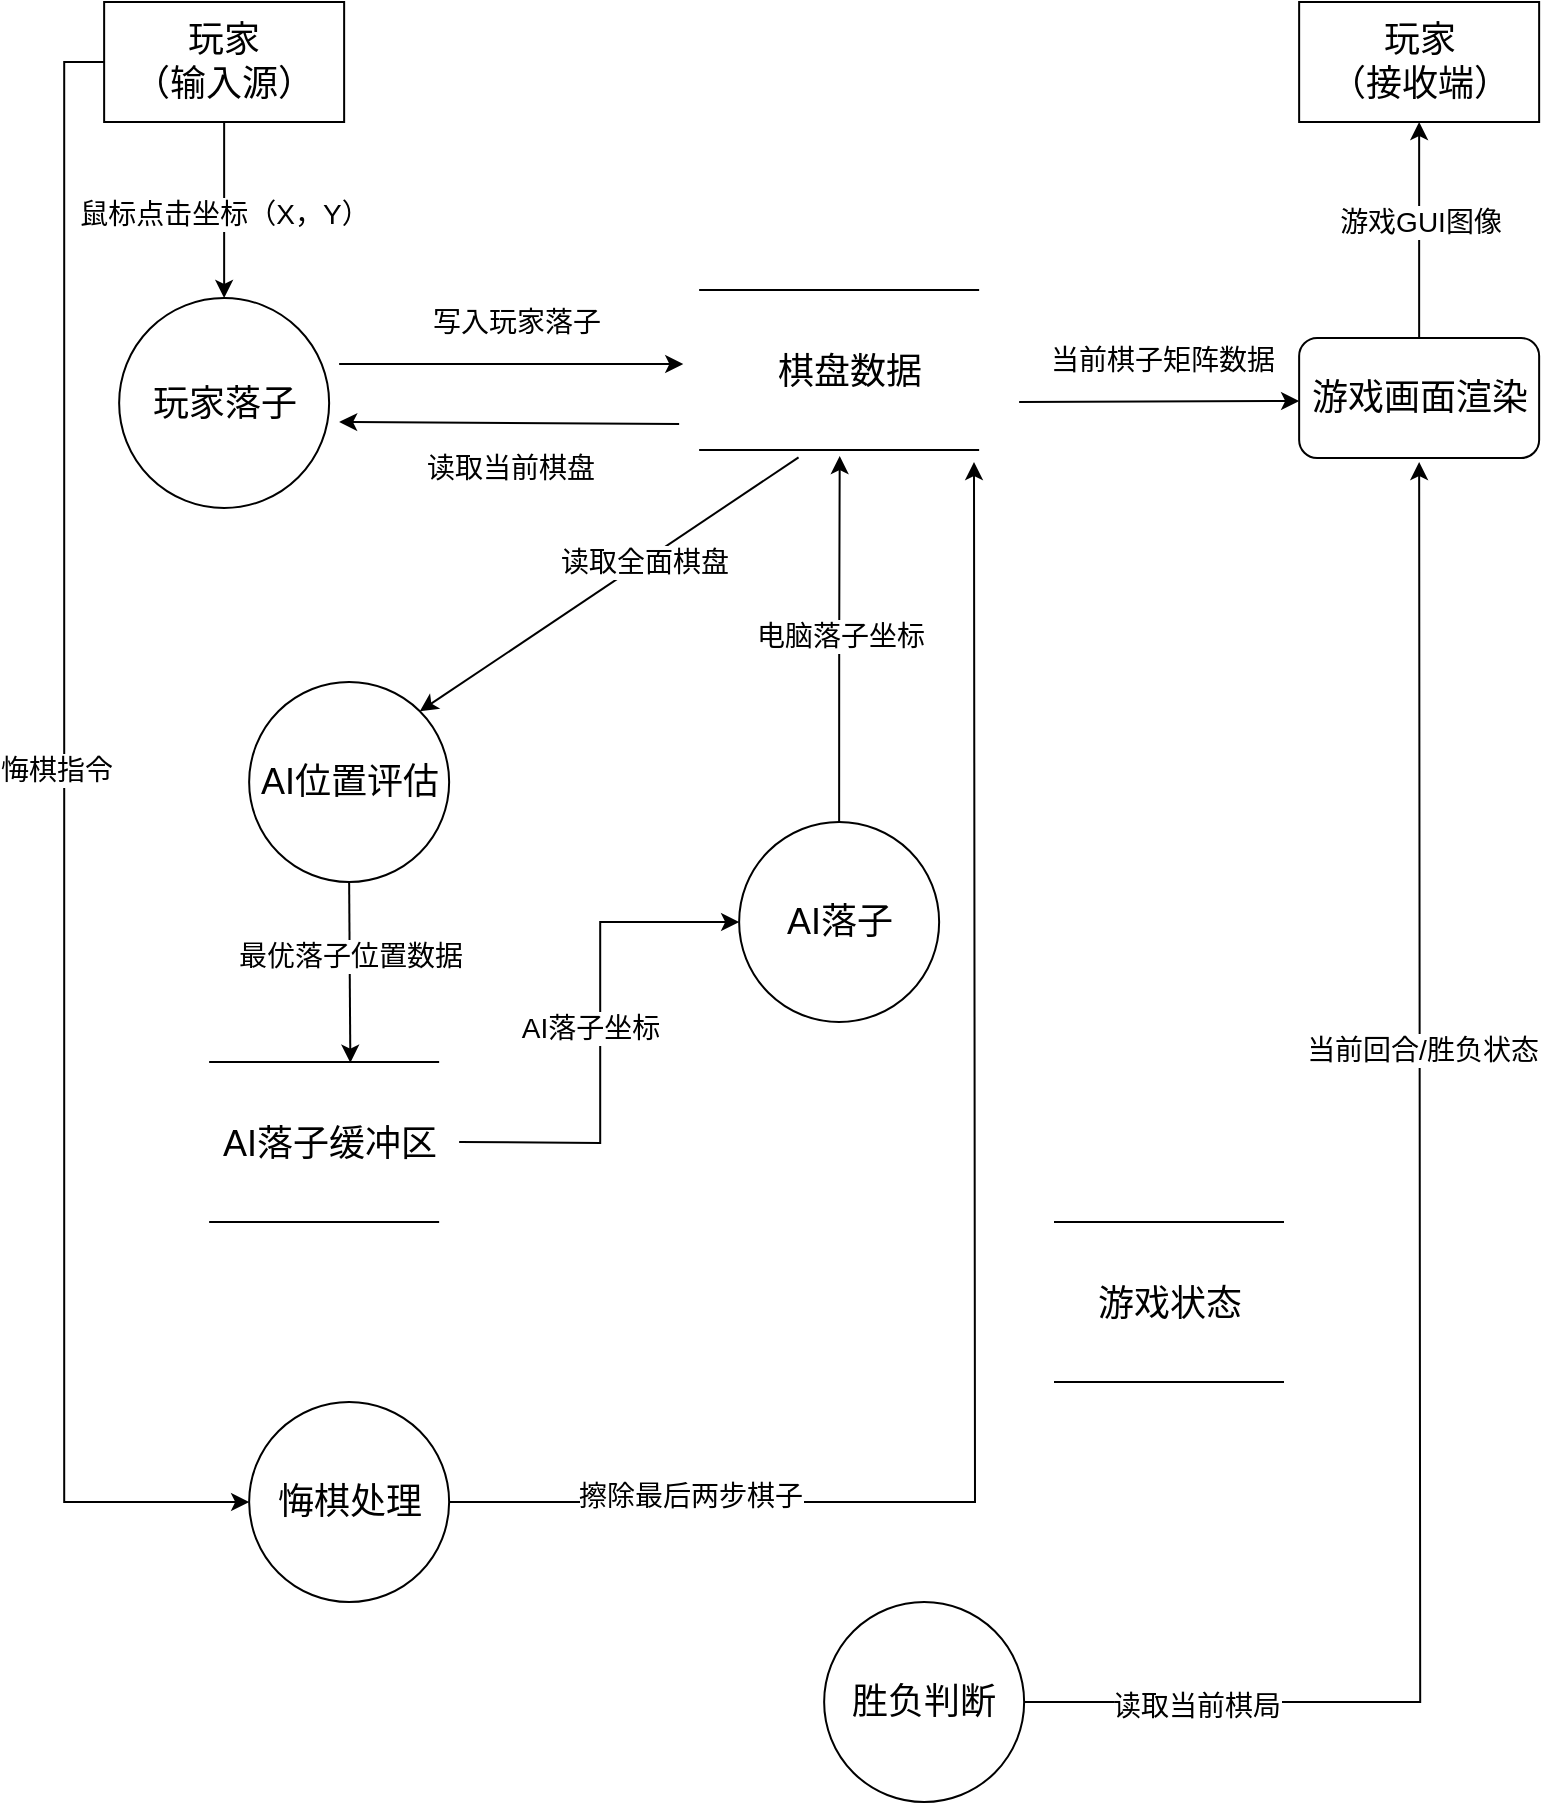
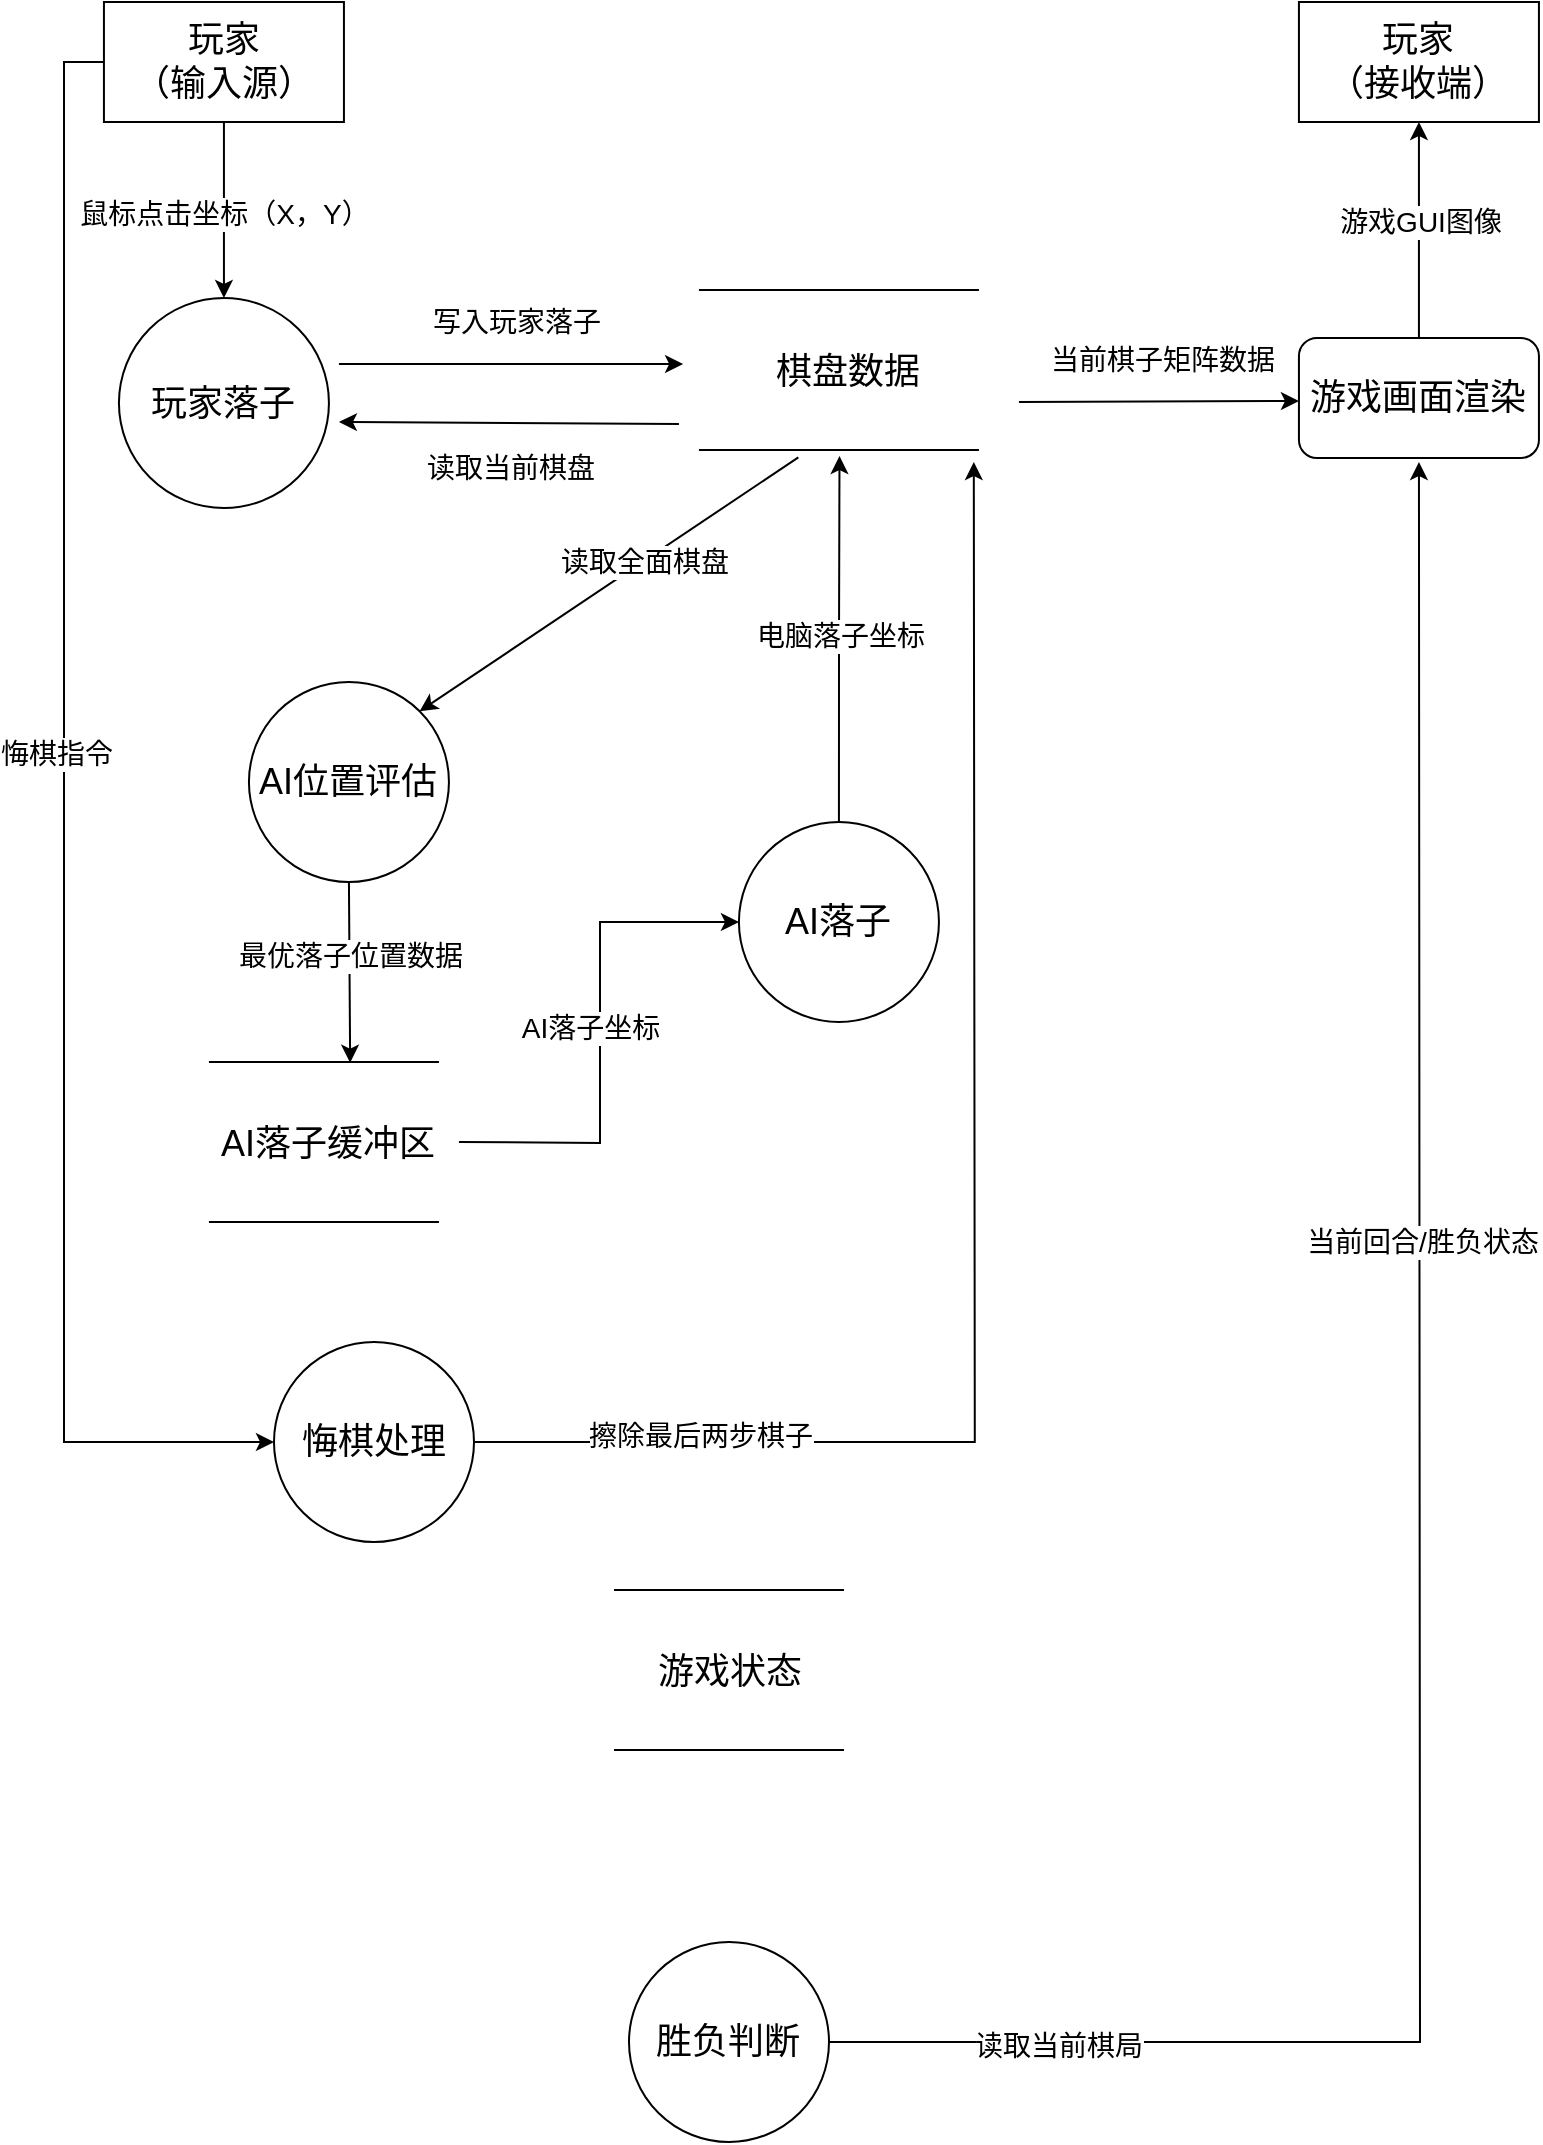
<mxfile host="app.diagrams.net">
  <diagram name="Page-1" id="hryGj0KzSXnJhMcqTr9-">
    <mxGraphModel dx="1201" dy="825" grid="1" gridSize="10" guides="1" tooltips="1" connect="1" arrows="1" fold="1" page="1" pageScale="1" pageWidth="827" pageHeight="1169" math="0" shadow="0">
      <root>
        <mxCell id="0" />
        <mxCell id="1" parent="0" />
        <mxCell id="fDHwApNMCYBN-XmplwMt-11" edge="1" parent="1" source="fDHwApNMCYBN-XmplwMt-3" style="edgeStyle=orthogonalEdgeStyle;rounded=0;orthogonalLoop=1;jettySize=auto;html=1;exitX=0.5;exitY=1;exitDx=0;exitDy=0;entryX=0.5;entryY=0;entryDx=0;entryDy=0;" target="SoA14i47H3jGXmkj97EN-22">
          <mxGeometry relative="1" as="geometry">
-             <mxPoint x="92.57" y="320" as="targetPoint" />
+             <mxPoint x="92.47" y="250" as="targetPoint" />
          </mxGeometry>
        </mxCell>
        <mxCell id="fDHwApNMCYBN-XmplwMt-12" connectable="0" parent="fDHwApNMCYBN-XmplwMt-11" style="edgeLabel;html=1;align=center;verticalAlign=middle;resizable=0;points=[];" value="&lt;font style=&quot;font-size: 14px;&quot;&gt;鼠标点击坐标（X，Y）&lt;/font&gt;" vertex="1">
          <mxGeometry relative="1" x="0.0364" as="geometry">
            <mxPoint as="offset" />
          </mxGeometry>
        </mxCell>
        <mxCell id="SoA14i47H3jGXmkj97EN-53" edge="1" parent="1" source="fDHwApNMCYBN-XmplwMt-3" style="edgeStyle=orthogonalEdgeStyle;rounded=0;orthogonalLoop=1;jettySize=auto;html=1;exitX=0;exitY=0.5;exitDx=0;exitDy=0;entryX=0;entryY=0.5;entryDx=0;entryDy=0;" target="SoA14i47H3jGXmkj97EN-41">
          <mxGeometry relative="1" as="geometry" />
        </mxCell>
        <mxCell id="SoA14i47H3jGXmkj97EN-54" connectable="0" parent="SoA14i47H3jGXmkj97EN-53" style="edgeLabel;html=1;align=center;verticalAlign=middle;resizable=0;points=[];" value="&lt;font style=&quot;font-size: 14px;&quot;&gt;悔棋指令&lt;/font&gt;" vertex="1">
          <mxGeometry relative="1" x="-0.1018" y="-4" as="geometry">
            <mxPoint as="offset" />
          </mxGeometry>
        </mxCell>
        <mxCell id="fDHwApNMCYBN-XmplwMt-3" parent="1" style="rounded=0;whiteSpace=wrap;html=1;" value="&lt;font style=&quot;font-size: 18px;&quot;&gt;玩家&lt;/font&gt;&lt;div&gt;&lt;font style=&quot;font-size: 18px;&quot;&gt;（输入源）&lt;/font&gt;&lt;/div&gt;" vertex="1">
-           <mxGeometry height="60" width="120" x="65.07" y="150" as="geometry" />
+           <mxGeometry height="60" width="120" x="64.97" y="80" as="geometry" />
        </mxCell>
        <mxCell id="SoA14i47H3jGXmkj97EN-37" edge="1" parent="1" source="fDHwApNMCYBN-XmplwMt-9" style="edgeStyle=orthogonalEdgeStyle;rounded=0;orthogonalLoop=1;jettySize=auto;html=1;exitX=0.5;exitY=0;exitDx=0;exitDy=0;entryX=0.5;entryY=1;entryDx=0;entryDy=0;" target="fDHwApNMCYBN-XmplwMt-10">
          <mxGeometry relative="1" as="geometry" />
        </mxCell>
        <mxCell id="SoA14i47H3jGXmkj97EN-38" connectable="0" parent="SoA14i47H3jGXmkj97EN-37" style="edgeLabel;html=1;align=center;verticalAlign=middle;resizable=0;points=[];" value="&lt;font style=&quot;font-size: 14px;&quot;&gt;游戏GUI图像&lt;/font&gt;" vertex="1">
          <mxGeometry relative="1" x="0.0741" as="geometry">
            <mxPoint as="offset" />
          </mxGeometry>
        </mxCell>
        <mxCell id="fDHwApNMCYBN-XmplwMt-9" parent="1" style="rounded=1;whiteSpace=wrap;html=1;" value="&lt;font style=&quot;font-size: 18px;&quot;&gt;游戏画面渲染&lt;/font&gt;" vertex="1">
-           <mxGeometry height="60" width="120" x="662.57" y="318" as="geometry" />
+           <mxGeometry height="60" width="120" x="662.47" y="248" as="geometry" />
        </mxCell>
        <mxCell id="fDHwApNMCYBN-XmplwMt-10" parent="1" style="rounded=0;whiteSpace=wrap;html=1;" value="&lt;span style=&quot;font-size: 18px;&quot;&gt;玩家&lt;/span&gt;&lt;div&gt;&lt;span style=&quot;font-size: 18px;&quot;&gt;（接收端）&lt;/span&gt;&lt;/div&gt;" vertex="1">
-           <mxGeometry height="60" width="120" x="662.57" y="150" as="geometry" />
+           <mxGeometry height="60" width="120" x="662.47" y="80" as="geometry" />
        </mxCell>
        <mxCell id="SoA14i47H3jGXmkj97EN-10" edge="1" parent="1" style="endArrow=classic;html=1;rounded=0;entryX=0.013;entryY=0.14;entryDx=0;entryDy=0;entryPerimeter=0;" value="">
          <mxGeometry height="50" relative="1" width="50" as="geometry">
-             <mxPoint x="182.57" y="331" as="sourcePoint" />
-             <mxPoint x="354.637" y="331" as="targetPoint" />
+             <mxPoint x="182.47" y="261" as="sourcePoint" />
+             <mxPoint x="354.537" y="261" as="targetPoint" />
          </mxGeometry>
        </mxCell>
        <mxCell id="SoA14i47H3jGXmkj97EN-11" connectable="0" parent="SoA14i47H3jGXmkj97EN-10" style="edgeLabel;html=1;align=center;verticalAlign=middle;resizable=0;points=[];" value="&lt;font style=&quot;font-size: 14px;&quot;&gt;写入玩家落子&lt;/font&gt;" vertex="1">
          <mxGeometry relative="1" x="0.0202" y="1" as="geometry">
            <mxPoint y="-20" as="offset" />
          </mxGeometry>
        </mxCell>
        <mxCell id="SoA14i47H3jGXmkj97EN-12" edge="1" parent="1" style="endArrow=classic;html=1;rounded=0;exitX=0.925;exitY=0;exitDx=0;exitDy=0;exitPerimeter=0;" value="">
          <mxGeometry height="50" relative="1" width="50" as="geometry">
-             <mxPoint x="352.57" y="361" as="sourcePoint" />
-             <mxPoint x="182.57" y="360" as="targetPoint" />
+             <mxPoint x="352.46999999999997" y="291" as="sourcePoint" />
+             <mxPoint x="182.47" y="290" as="targetPoint" />
          </mxGeometry>
        </mxCell>
        <mxCell id="SoA14i47H3jGXmkj97EN-13" connectable="0" parent="SoA14i47H3jGXmkj97EN-12" style="edgeLabel;html=1;align=center;verticalAlign=middle;resizable=0;points=[];" value="&lt;font style=&quot;font-size: 14px;&quot;&gt;读取当前棋盘&lt;/font&gt;&lt;div&gt;&lt;font style=&quot;font-size: 14px;&quot;&gt;&lt;br&gt;&lt;/font&gt;&lt;/div&gt;" vertex="1">
          <mxGeometry relative="1" x="0.0202" y="1" as="geometry">
            <mxPoint x="2" y="29" as="offset" />
          </mxGeometry>
        </mxCell>
        <mxCell id="SoA14i47H3jGXmkj97EN-14" edge="1" parent="1" source="SoA14i47H3jGXmkj97EN-28" style="endArrow=classic;html=1;rounded=0;entryX=1;entryY=0;entryDx=0;entryDy=0;exitX=0.355;exitY=0.958;exitDx=0;exitDy=0;exitPerimeter=0;" target="SoA14i47H3jGXmkj97EN-23" value="">
          <mxGeometry height="50" relative="1" width="50" as="geometry">
-             <mxPoint x="350.503" y="402" as="sourcePoint" />
-             <mxPoint x="92.57" y="480" as="targetPoint" />
+             <mxPoint x="350.40299999999996" y="332" as="sourcePoint" />
+             <mxPoint x="92.47" y="410" as="targetPoint" />
          </mxGeometry>
        </mxCell>
        <mxCell id="SoA14i47H3jGXmkj97EN-15" connectable="0" parent="SoA14i47H3jGXmkj97EN-14" style="edgeLabel;html=1;align=center;verticalAlign=middle;resizable=0;points=[];" value="&lt;font style=&quot;font-size: 14px;&quot;&gt;读取全面棋盘&lt;/font&gt;" vertex="1">
          <mxGeometry relative="1" x="-0.1782" as="geometry">
            <mxPoint as="offset" />
          </mxGeometry>
        </mxCell>
        <mxCell id="SoA14i47H3jGXmkj97EN-16" edge="1" parent="1" style="endArrow=classic;html=1;rounded=0;entryX=0.013;entryY=0.14;entryDx=0;entryDy=0;entryPerimeter=0;" value="">
          <mxGeometry height="50" relative="1" width="50" as="geometry">
-             <mxPoint x="522.57" y="350" as="sourcePoint" />
-             <mxPoint x="662.5670000000001" y="349.5" as="targetPoint" />
+             <mxPoint x="522.47" y="280" as="sourcePoint" />
+             <mxPoint x="662.4670000000001" y="279.5" as="targetPoint" />
          </mxGeometry>
        </mxCell>
        <mxCell id="SoA14i47H3jGXmkj97EN-17" connectable="0" parent="SoA14i47H3jGXmkj97EN-16" style="edgeLabel;html=1;align=center;verticalAlign=middle;resizable=0;points=[];" value="&lt;span style=&quot;font-size: 14px;&quot;&gt;当前棋子矩阵数据&lt;/span&gt;" vertex="1">
          <mxGeometry relative="1" x="0.0202" y="1" as="geometry">
            <mxPoint y="-20" as="offset" />
          </mxGeometry>
        </mxCell>
        <mxCell id="SoA14i47H3jGXmkj97EN-22" parent="1" style="ellipse;whiteSpace=wrap;html=1;aspect=fixed;" value="&lt;font style=&quot;font-size: 18px;&quot;&gt;玩家落子&lt;/font&gt;" vertex="1">
-           <mxGeometry height="105" width="105" x="72.57" y="298" as="geometry" />
+           <mxGeometry height="105" width="105" x="72.47" y="228" as="geometry" />
        </mxCell>
        <mxCell id="SoA14i47H3jGXmkj97EN-23" parent="1" style="ellipse;whiteSpace=wrap;html=1;aspect=fixed;" value="&lt;font style=&quot;font-size: 18px;&quot;&gt;AI位置评估&lt;/font&gt;" vertex="1">
-           <mxGeometry height="100" width="100" x="137.57" y="490" as="geometry" />
+           <mxGeometry height="100" width="100" x="137.47" y="420" as="geometry" />
        </mxCell>
        <mxCell id="SoA14i47H3jGXmkj97EN-24" parent="1" style="ellipse;whiteSpace=wrap;html=1;aspect=fixed;" value="&lt;font style=&quot;font-size: 18px;&quot;&gt;AI落子&lt;/font&gt;" vertex="1">
-           <mxGeometry height="100" width="100" x="382.57" y="560" as="geometry" />
+           <mxGeometry height="100" width="100" x="382.46999999999997" y="490" as="geometry" />
        </mxCell>
        <mxCell id="SoA14i47H3jGXmkj97EN-39" edge="1" parent="1" source="SoA14i47H3jGXmkj97EN-25" style="edgeStyle=orthogonalEdgeStyle;rounded=0;orthogonalLoop=1;jettySize=auto;html=1;exitX=1;exitY=0.5;exitDx=0;exitDy=0;">
          <mxGeometry relative="1" as="geometry">
-             <mxPoint x="722.57" y="380" as="targetPoint" />
+             <mxPoint x="722.47" y="310" as="targetPoint" />
          </mxGeometry>
        </mxCell>
        <mxCell id="SoA14i47H3jGXmkj97EN-40" connectable="0" parent="SoA14i47H3jGXmkj97EN-39" style="edgeLabel;html=1;align=center;verticalAlign=middle;resizable=0;points=[];" value="&lt;font style=&quot;font-size: 14px;&quot;&gt;当前回合/胜负状态&lt;/font&gt;" vertex="1">
          <mxGeometry relative="1" x="0.2828" y="-1" as="geometry">
            <mxPoint as="offset" />
          </mxGeometry>
        </mxCell>
        <mxCell id="SoA14i47H3jGXmkj97EN-52" connectable="0" parent="SoA14i47H3jGXmkj97EN-39" style="edgeLabel;html=1;align=center;verticalAlign=middle;resizable=0;points=[];" value="&lt;font style=&quot;font-size: 14px;&quot;&gt;读取当前棋局&lt;/font&gt;" vertex="1">
          <mxGeometry relative="1" x="-0.7892" y="-2" as="geometry">
            <mxPoint as="offset" />
          </mxGeometry>
        </mxCell>
        <mxCell id="SoA14i47H3jGXmkj97EN-25" parent="1" style="ellipse;whiteSpace=wrap;html=1;aspect=fixed;" value="&lt;font style=&quot;font-size: 18px;&quot;&gt;胜负判断&lt;/font&gt;" vertex="1">
-           <mxGeometry height="100" width="100" x="425.07" y="950" as="geometry" />
+           <mxGeometry height="100" width="100" x="327.49999999999994" y="1050" as="geometry" />
        </mxCell>
        <mxCell id="SoA14i47H3jGXmkj97EN-27" parent="1" style="line;strokeWidth=1;fillColor=none;align=left;verticalAlign=middle;spacingTop=-1;spacingLeft=3;spacingRight=3;rotatable=0;labelPosition=right;points=[];portConstraint=eastwest;strokeColor=inherit;" value="" vertex="1">
-           <mxGeometry height="8" width="140" x="362.57" y="290" as="geometry" />
+           <mxGeometry height="8" width="140" x="362.46999999999997" y="220" as="geometry" />
        </mxCell>
        <mxCell id="SoA14i47H3jGXmkj97EN-28" parent="1" style="line;strokeWidth=1;fillColor=none;align=left;verticalAlign=middle;spacingTop=-1;spacingLeft=3;spacingRight=3;rotatable=0;labelPosition=right;points=[];portConstraint=eastwest;strokeColor=inherit;" value="" vertex="1">
-           <mxGeometry height="8" width="140" x="362.57" y="370" as="geometry" />
+           <mxGeometry height="8" width="140" x="362.46999999999997" y="300" as="geometry" />
        </mxCell>
        <mxCell id="SoA14i47H3jGXmkj97EN-29" parent="1" style="text;html=1;whiteSpace=wrap;strokeColor=none;fillColor=none;align=center;verticalAlign=middle;rounded=0;" value="&lt;font style=&quot;font-size: 18px;&quot;&gt;棋盘数据&lt;/font&gt;" vertex="1">
-           <mxGeometry height="30" width="110" x="382.57" y="320" as="geometry" />
+           <mxGeometry height="30" width="110" x="382.46999999999997" y="250" as="geometry" />
        </mxCell>
        <mxCell id="SoA14i47H3jGXmkj97EN-33" edge="1" parent="1" style="edgeStyle=orthogonalEdgeStyle;rounded=0;orthogonalLoop=1;jettySize=auto;html=1;entryX=0;entryY=0.5;entryDx=0;entryDy=0;" target="SoA14i47H3jGXmkj97EN-24">
          <mxGeometry relative="1" as="geometry">
-             <mxPoint x="242.57" y="720" as="sourcePoint" />
+             <mxPoint x="242.47" y="650" as="sourcePoint" />
          </mxGeometry>
        </mxCell>
        <mxCell id="SoA14i47H3jGXmkj97EN-34" connectable="0" parent="SoA14i47H3jGXmkj97EN-33" style="edgeLabel;html=1;align=center;verticalAlign=middle;resizable=0;points=[];" value="&lt;font style=&quot;font-size: 14px;&quot;&gt;AI落子坐标&lt;/font&gt;" vertex="1">
          <mxGeometry relative="1" x="0.0204" y="5" as="geometry">
            <mxPoint as="offset" />
          </mxGeometry>
        </mxCell>
        <mxCell id="SoA14i47H3jGXmkj97EN-31" edge="1" parent="1" source="SoA14i47H3jGXmkj97EN-23" style="endArrow=classic;html=1;rounded=0;entryX=0.614;entryY=0.542;entryDx=0;entryDy=0;exitX=0.5;exitY=1;exitDx=0;exitDy=0;entryPerimeter=0;" target="SoA14i47H3jGXmkj97EN-42" value="">
          <mxGeometry height="50" relative="1" width="50" as="geometry">
-             <mxPoint x="450.503" y="430" as="sourcePoint" />
-             <mxPoint x="87.57" y="670" as="targetPoint" />
+             <mxPoint x="450.40299999999996" y="360" as="sourcePoint" />
+             <mxPoint x="87.47" y="600" as="targetPoint" />
          </mxGeometry>
        </mxCell>
        <mxCell id="SoA14i47H3jGXmkj97EN-32" connectable="0" parent="SoA14i47H3jGXmkj97EN-31" style="edgeLabel;html=1;align=center;verticalAlign=middle;resizable=0;points=[];" value="&lt;span style=&quot;font-size: 14px;&quot;&gt;最优落子位置数据&lt;/span&gt;" vertex="1">
          <mxGeometry relative="1" x="-0.1782" as="geometry">
            <mxPoint as="offset" />
          </mxGeometry>
        </mxCell>
        <mxCell id="SoA14i47H3jGXmkj97EN-35" edge="1" parent="1" source="SoA14i47H3jGXmkj97EN-24" style="edgeStyle=orthogonalEdgeStyle;rounded=0;orthogonalLoop=1;jettySize=auto;html=1;exitX=0.5;exitY=0;exitDx=0;exitDy=0;entryX=0.502;entryY=0.875;entryDx=0;entryDy=0;entryPerimeter=0;" target="SoA14i47H3jGXmkj97EN-28">
          <mxGeometry relative="1" as="geometry" />
        </mxCell>
        <mxCell id="SoA14i47H3jGXmkj97EN-36" connectable="0" parent="SoA14i47H3jGXmkj97EN-35" style="edgeLabel;html=1;align=center;verticalAlign=middle;resizable=0;points=[];" value="&lt;span style=&quot;font-size: 14px;&quot;&gt;电脑落子坐标&lt;/span&gt;" vertex="1">
          <mxGeometry relative="1" x="-0.0044" y="1" as="geometry">
            <mxPoint y="-1" as="offset" />
          </mxGeometry>
        </mxCell>
        <mxCell id="SoA14i47H3jGXmkj97EN-55" edge="1" parent="1" source="SoA14i47H3jGXmkj97EN-41" style="edgeStyle=orthogonalEdgeStyle;rounded=0;orthogonalLoop=1;jettySize=auto;html=1;exitX=1;exitY=0.5;exitDx=0;exitDy=0;">
          <mxGeometry relative="1" as="geometry">
-             <mxPoint x="500" y="380" as="targetPoint" />
+             <mxPoint x="499.9" y="310" as="targetPoint" />
          </mxGeometry>
        </mxCell>
        <mxCell id="SoA14i47H3jGXmkj97EN-57" connectable="0" parent="SoA14i47H3jGXmkj97EN-55" style="edgeLabel;html=1;align=center;verticalAlign=middle;resizable=0;points=[];" value="&lt;font style=&quot;font-size: 14px;&quot;&gt;擦除最后两步棋子&lt;/font&gt;" vertex="1">
          <mxGeometry relative="1" x="-0.6914" y="3" as="geometry">
            <mxPoint x="-1" as="offset" />
          </mxGeometry>
        </mxCell>
        <mxCell id="SoA14i47H3jGXmkj97EN-41" parent="1" style="ellipse;whiteSpace=wrap;html=1;aspect=fixed;" value="&lt;font style=&quot;font-size: 18px;&quot;&gt;悔棋处理&lt;/font&gt;" vertex="1">
-           <mxGeometry height="100" width="100" x="137.57" y="850" as="geometry" />
+           <mxGeometry height="100" width="100" x="150" y="750" as="geometry" />
        </mxCell>
        <mxCell id="SoA14i47H3jGXmkj97EN-42" parent="1" style="line;strokeWidth=1;fillColor=none;align=left;verticalAlign=middle;spacingTop=-1;spacingLeft=3;spacingRight=3;rotatable=0;labelPosition=right;points=[];portConstraint=eastwest;strokeColor=inherit;" value="" vertex="1">
-           <mxGeometry height="8" width="115" x="117.57" y="676" as="geometry" />
+           <mxGeometry height="8" width="115" x="117.47" y="606" as="geometry" />
        </mxCell>
        <mxCell id="SoA14i47H3jGXmkj97EN-43" parent="1" style="line;strokeWidth=1;fillColor=none;align=left;verticalAlign=middle;spacingTop=-1;spacingLeft=3;spacingRight=3;rotatable=0;labelPosition=right;points=[];portConstraint=eastwest;strokeColor=inherit;" value="" vertex="1">
-           <mxGeometry height="8" width="115" x="117.57" y="756" as="geometry" />
+           <mxGeometry height="8" width="115" x="117.47" y="686" as="geometry" />
        </mxCell>
        <mxCell id="SoA14i47H3jGXmkj97EN-44" parent="1" style="text;html=1;whiteSpace=wrap;strokeColor=none;fillColor=none;align=center;verticalAlign=middle;rounded=0;" value="&lt;span style=&quot;font-size: 18px;&quot;&gt;AI落子缓冲区&lt;/span&gt;" vertex="1">
-           <mxGeometry height="30" width="110" x="122.57" y="706" as="geometry" />
+           <mxGeometry height="30" width="110" x="122.47" y="636" as="geometry" />
        </mxCell>
        <mxCell id="SoA14i47H3jGXmkj97EN-49" parent="1" style="line;strokeWidth=1;fillColor=none;align=left;verticalAlign=middle;spacingTop=-1;spacingLeft=3;spacingRight=3;rotatable=0;labelPosition=right;points=[];portConstraint=eastwest;strokeColor=inherit;" value="" vertex="1">
-           <mxGeometry height="8" width="115" x="540" y="756" as="geometry" />
+           <mxGeometry height="8" width="115" x="320" y="870" as="geometry" />
        </mxCell>
        <mxCell id="SoA14i47H3jGXmkj97EN-50" parent="1" style="line;strokeWidth=1;fillColor=none;align=left;verticalAlign=middle;spacingTop=-1;spacingLeft=3;spacingRight=3;rotatable=0;labelPosition=right;points=[];portConstraint=eastwest;strokeColor=inherit;" value="" vertex="1">
-           <mxGeometry height="8" width="115" x="540" y="836" as="geometry" />
+           <mxGeometry height="8" width="115" x="320" y="950" as="geometry" />
        </mxCell>
        <mxCell id="SoA14i47H3jGXmkj97EN-51" parent="1" style="text;html=1;whiteSpace=wrap;strokeColor=none;fillColor=none;align=center;verticalAlign=middle;rounded=0;" value="&lt;span style=&quot;font-size: 18px;&quot;&gt;游戏状态&lt;/span&gt;" vertex="1">
-           <mxGeometry height="30" width="110" x="542.5" y="786" as="geometry" />
+           <mxGeometry height="30" width="110" x="322.5" y="900" as="geometry" />
        </mxCell>
      </root>
    </mxGraphModel>
  </diagram>
</mxfile>
